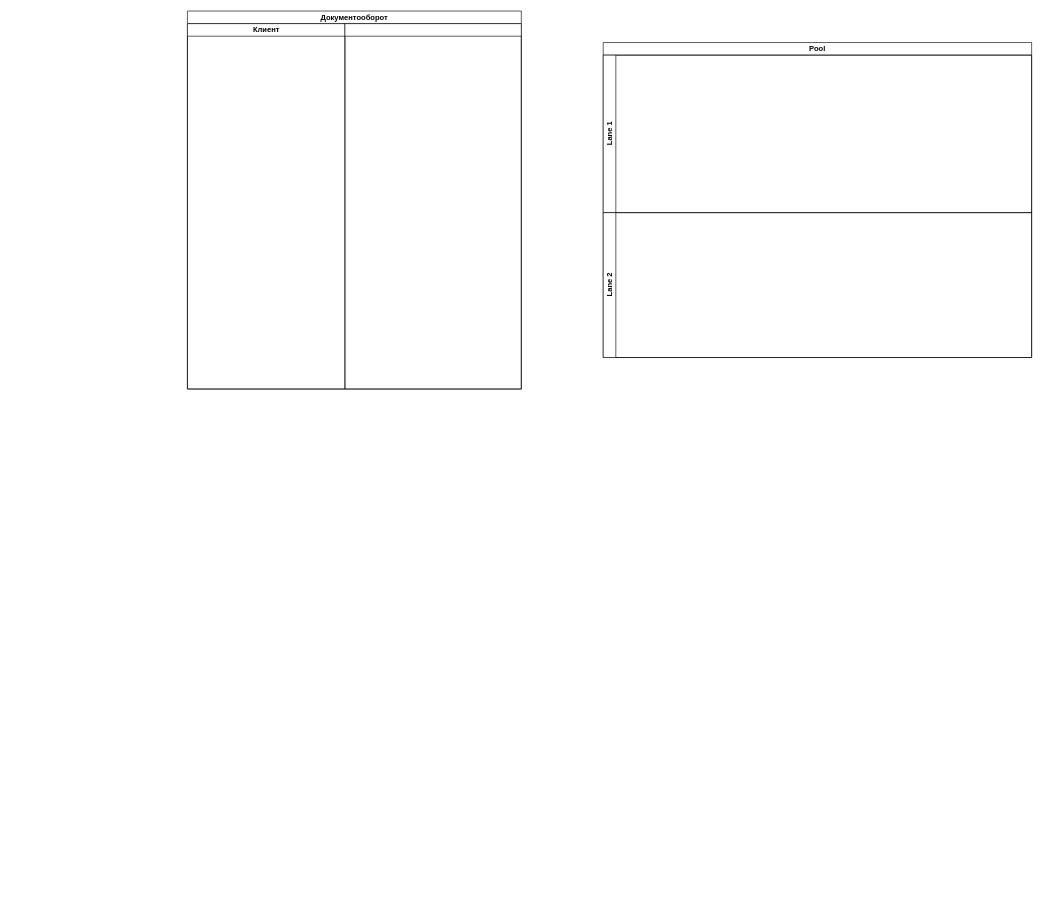
alwegr/gorodinec-graduate-project keeps this draw.io diagram as page "BPMN" (6 of 6) of misc/documentFlow.drawio. Above is the earlier version. Source tidied: cells renumbered, new cells numbered last; positions are measured from the earlier drawing's top-left corner, leaving out a move shared by most shapes. Both pictures are drawn from the tidied source at 63%, with x=0, y=0 at pixel (187, 11).
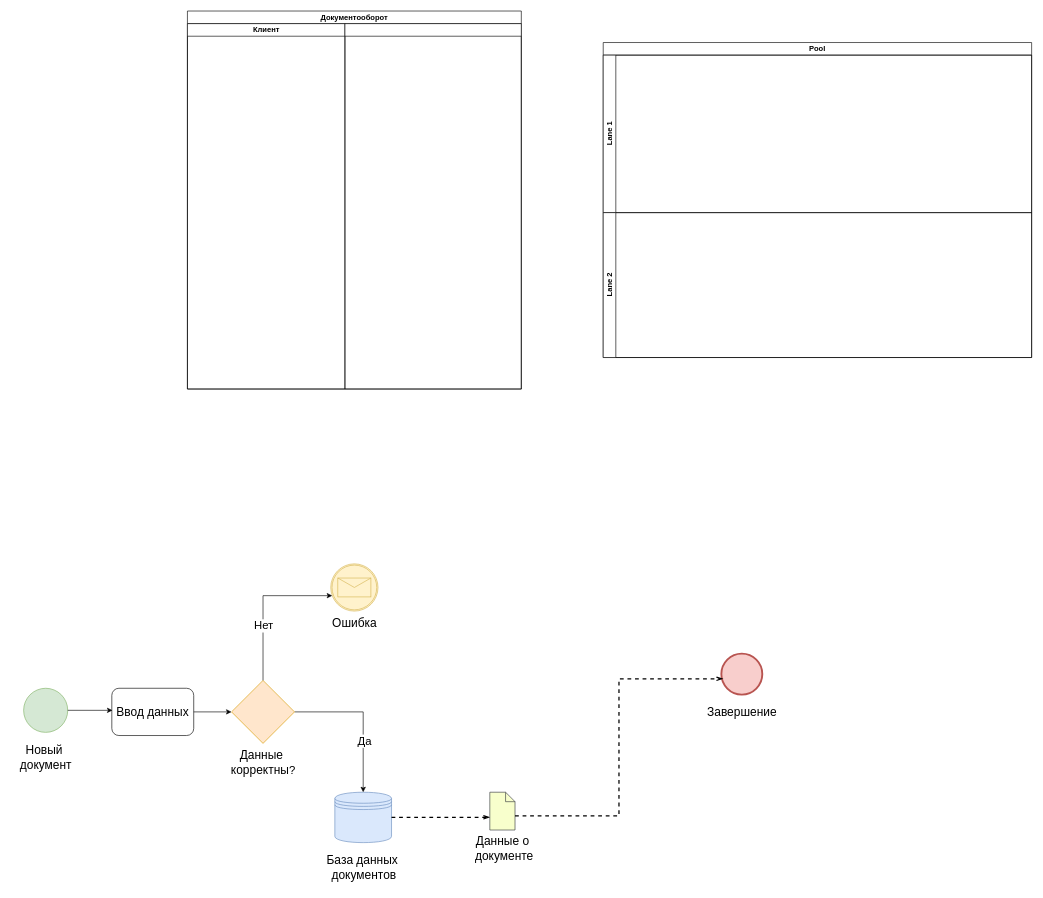
The same page after the edit.

What changed in the source:
```diff
@@
+    <mxCell id="8" value="&lt;font style=&quot;font-size: 19px;&quot;&gt;Ввод данных&lt;/font&gt;" style="rounded=1;whiteSpace=wrap;html=1;" parent="1" vertex="1">
+      <mxGeometry x="-120" y="1075" width="130" height="75" as="geometry" />
+    </mxCell>
+    <mxCell id="9" style="group;" parent="1" vertex="1">
+      <mxGeometry x="-280" y="1075" width="110" height="140" as="geometry" />
+    </mxCell>
+    <mxCell id="10" style="points=[[0.145,0.145,0],[0.5,0,0],[0.855,0.145,0],[1,0.5,0],[0.855,0.855,0],[0.5,1,0],[0.145,0.855,0],[0,0.5,0]];shape=mxgraph.bpmn.event;html=1;verticalLabelPosition=bottom;labelBackgroundColor=#ffffff;verticalAlign=top;align=center;perimeter=ellipsePerimeter;outlineConnect=0;outline=standard;symbol=general;fillColor=#d5e8d4;strokeColor=#82b366;" parent="9" vertex="1">
+      <mxGeometry x="20" width="70" height="70" as="geometry" />
+    </mxCell>
+    <mxCell id="11" value="&lt;font style=&quot;font-size: 19px;&quot;&gt;Новый&amp;nbsp;&lt;/font&gt;&lt;div style=&quot;font-size: 19px;&quot;&gt;&lt;font style=&quot;font-size: 19px;&quot;&gt;документ&lt;/font&gt;&lt;/div&gt;" style="text;html=1;align=center;verticalAlign=middle;strokeColor=none;fillColor=none;" parent="9" vertex="1">
+      <mxGeometry y="80" width="110" height="60" as="geometry" />
+    </mxCell>
+    <mxCell id="12" style="rounded=0;jettySize=auto;html=1;entryX=0.008;entryY=0.467;entryDx=0;entryDy=0;entryPerimeter=0;" parent="1" edge="1" source="10" target="8">
+      <mxGeometry relative="1" as="geometry" />
+    </mxCell>
+    <mxCell id="13" style="group;" parent="1" vertex="1">
+      <mxGeometry x="210" y="1240" width="140" height="150" as="geometry" />
+    </mxCell>
+    <mxCell id="14" style="shape=datastore;html=1;labelPosition=center;verticalLabelPosition=bottom;align=center;verticalAlign=top;fillColor=#dae8fc;strokeColor=#6c8ebf;" parent="13" vertex="1">
+      <mxGeometry x="24" width="90" height="80" as="geometry" />
+    </mxCell>
+    <mxCell id="15" value="&lt;font style=&quot;font-size: 19px;&quot;&gt;База данных&amp;nbsp;&lt;/font&gt;&lt;div&gt;&lt;font style=&quot;font-size: 19px;&quot;&gt;документов&lt;/font&gt;&lt;/div&gt;" style="text;html=1;align=center;verticalAlign=middle;strokeColor=none;fillColor=none;" parent="13" vertex="1">
+      <mxGeometry y="90" width="140" height="60" as="geometry" />
+    </mxCell>
+    <mxCell id="16" style="edgeStyle=orthogonalEdgeStyle;rounded=0;jettySize=auto;html=1;entryX=0.5;entryY=0;entryDx=0;entryDy=0;" parent="1" edge="1" source="18" target="14">
+      <mxGeometry relative="1" as="geometry" />
+    </mxCell>
+    <mxCell id="17" value="&lt;font style=&quot;font-size: 18px;&quot;&gt;Да&lt;/font&gt;" style="edgeLabel;html=1;align=center;verticalAlign=middle;" parent="16" vertex="1">
+      <mxGeometry x="0.3" y="1" relative="1" as="geometry">
+        <mxPoint y="1" as="offset" />
+      </mxGeometry>
+    </mxCell>
+    <mxCell id="18" style="points=[[0.25,0.25,0],[0.5,0,0],[0.75,0.25,0],[1,0.5,0],[0.75,0.75,0],[0.5,1,0],[0.25,0.75,0],[0,0.5,0]];shape=mxgraph.bpmn.gateway2;html=1;verticalLabelPosition=bottom;labelBackgroundColor=#ffffff;verticalAlign=top;align=center;perimeter=rhombusPerimeter;outlineConnect=0;outline=none;symbol=none;fillColor=#ffe6cc;strokeColor=#d79b00;" parent="1" vertex="1">
+      <mxGeometry x="70" y="1062.5" width="100" height="100" as="geometry" />
+    </mxCell>
+    <mxCell id="19" style="edgeStyle=orthogonalEdgeStyle;rounded=0;jettySize=auto;html=1;entryX=0;entryY=0.5;entryDx=0;entryDy=0;entryPerimeter=0;" parent="1" edge="1" source="8" target="18">
+      <mxGeometry relative="1" as="geometry" />
+    </mxCell>
+    <mxCell id="20" value="&lt;font style=&quot;font-size: 19px;&quot;&gt;Данные&amp;nbsp;&lt;/font&gt;&lt;div style=&quot;&quot;&gt;&lt;font style=&quot;font-size: 19px;&quot;&gt;корректны&lt;/font&gt;&lt;font style=&quot;font-size: 18px;&quot;&gt;?&lt;/font&gt;&lt;/div&gt;" style="text;html=1;align=center;verticalAlign=middle;strokeColor=none;fillColor=none;" parent="1" vertex="1">
+      <mxGeometry x="55" y="1162.5" width="130" height="60" as="geometry" />
+    </mxCell>
+    <mxCell id="21" style="points=[[0.145,0.145,0],[0.5,0,0],[0.855,0.145,0],[1,0.5,0],[0.855,0.855,0],[0.5,1,0],[0.145,0.855,0],[0,0.5,0]];shape=mxgraph.bpmn.event;html=1;verticalLabelPosition=bottom;labelBackgroundColor=#ffffff;verticalAlign=top;align=center;perimeter=ellipsePerimeter;outlineConnect=0;outline=boundInt;symbol=message;fillColor=#fff2cc;strokeColor=#d6b656;" parent="1" vertex="1">
+      <mxGeometry x="227.5" y="877.5" width="75" height="75" as="geometry" />
+    </mxCell>
+    <mxCell id="22" style="edgeStyle=orthogonalEdgeStyle;rounded=0;jettySize=auto;html=1;" parent="1" edge="1" source="18" target="21">
+      <mxGeometry relative="1" as="geometry">
+        <Array as="points">
+          <mxPoint x="120" y="928" />
+        </Array>
+      </mxGeometry>
+    </mxCell>
+    <mxCell id="23" value="&lt;font style=&quot;font-size: 18px;&quot;&gt;Нет&lt;/font&gt;" style="edgeLabel;html=1;align=center;verticalAlign=middle;" parent="22" vertex="1">
+      <mxGeometry x="-0.29" relative="1" as="geometry" />
+    </mxCell>
+    <mxCell id="24" value="&lt;font style=&quot;font-size: 19px;&quot;&gt;Ошибка&lt;/font&gt;" style="text;html=1;align=center;verticalAlign=middle;strokeColor=none;fillColor=none;" parent="1" vertex="1">
+      <mxGeometry x="220" y="952.5" width="90" height="40" as="geometry" />
+    </mxCell>
+    <mxCell id="25" style="group;" parent="1" vertex="1">
+      <mxGeometry x="840" y="1020" width="105" height="113" as="geometry" />
+    </mxCell>
+    <mxCell id="26" style="points=[[0.145,0.145,0],[0.5,0,0],[0.855,0.145,0],[1,0.5,0],[0.855,0.855,0],[0.5,1,0],[0.145,0.855,0],[0,0.5,0]];shape=mxgraph.bpmn.event;html=1;verticalLabelPosition=bottom;labelBackgroundColor=#ffffff;verticalAlign=top;align=center;perimeter=ellipsePerimeter;outlineConnect=0;outline=end;symbol=terminate2;fillColor=#f8cecc;strokeColor=#b85450;" parent="25" vertex="1">
+      <mxGeometry x="7.5" width="65" height="65" as="geometry" />
+    </mxCell>
+    <mxCell id="27" value="&lt;font style=&quot;font-size: 19px;&quot;&gt;Завершение&lt;/font&gt;" style="text;html=1;align=center;verticalAlign=middle;strokeColor=none;fillColor=none;" parent="25" vertex="1">
+      <mxGeometry x="-25" y="73" width="130" height="40" as="geometry" />
+    </mxCell>
+    <mxCell id="28" style="edgeStyle=elbowEdgeStyle;fontSize=12;html=1;endFill=0;startFill=0;endSize=6;startSize=6;dashed=1;endArrow=openThin;startArrow=none;rounded=0;strokeWidth=2;exitX=1;exitY=0.5;exitDx=0;exitDy=0;entryX=-0.001;entryY=0.664;entryDx=0;entryDy=0;entryPerimeter=0;" parent="1" edge="1" source="14" target="29">
+      <mxGeometry relative="1" as="geometry" />
+    </mxCell>
+    <mxCell id="29" style="shape=mxgraph.bpmn.data;labelPosition=center;verticalLabelPosition=bottom;align=center;verticalAlign=top;size=15;html=1;fillColor=#F8FFCC;strokeColor=#36393d;" parent="1" vertex="1">
+      <mxGeometry x="480" y="1240" width="40" height="60" as="geometry" />
+    </mxCell>
+    <mxCell id="30" value="&lt;font style=&quot;font-size: 19px;&quot;&gt;Данные о&lt;/font&gt;&lt;div style=&quot;font-size: 19px;&quot;&gt;&lt;font style=&quot;font-size: 19px;&quot;&gt;&amp;nbsp;документе&lt;/font&gt;&lt;/div&gt;" style="text;html=1;align=center;verticalAlign=middle;strokeColor=none;fillColor=none;" parent="1" vertex="1">
+      <mxGeometry x="440" y="1300" width="120" height="60" as="geometry" />
+    </mxCell>
+    <mxCell id="31" style="edgeStyle=elbowEdgeStyle;fontSize=12;html=1;endFill=0;startFill=0;endSize=6;startSize=6;dashed=1;endArrow=openThin;startArrow=none;rounded=0;strokeWidth=2;exitX=0;exitY=0;exitDx=40;exitDy=37.5;exitPerimeter=0;entryX=0.038;entryY=0.615;entryDx=0;entryDy=0;entryPerimeter=0;" parent="1" edge="1" source="29" target="26">
+      <mxGeometry relative="1" as="geometry" />
+    </mxCell>
```
